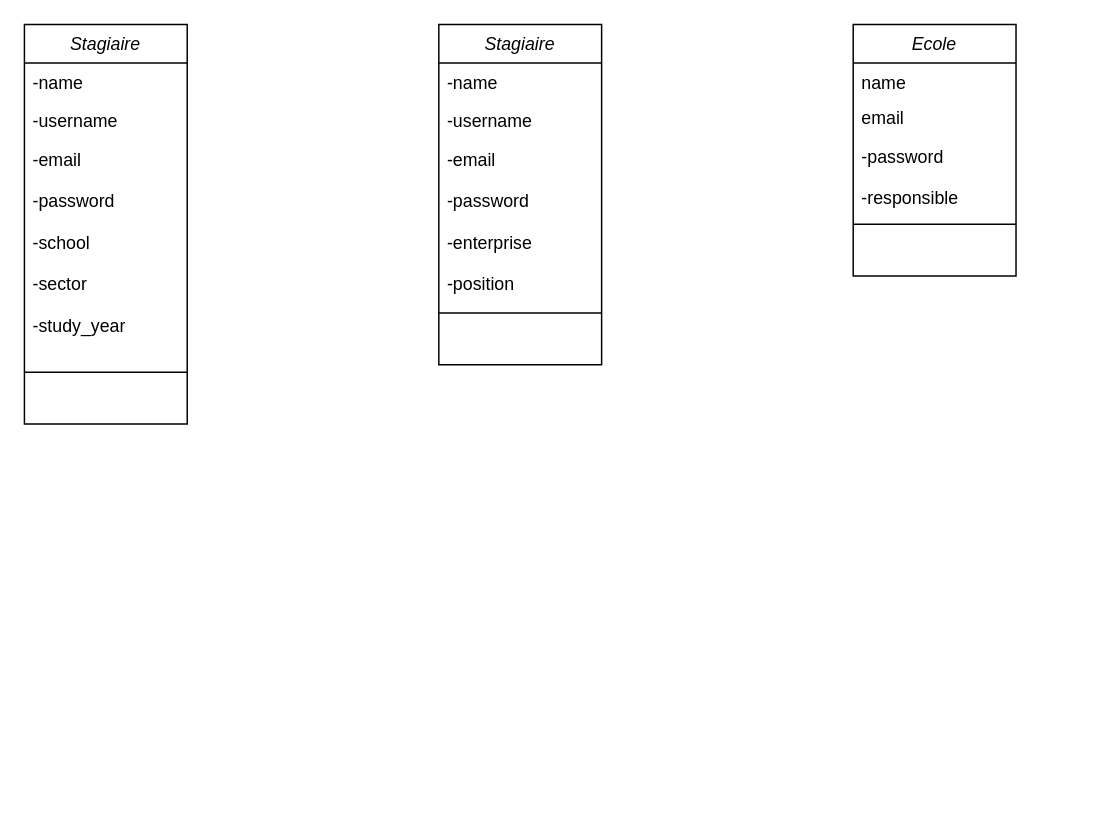
This is public/Diagramme sans nom.drawio from A2blackMZ/Sams-Dine-ALIDOU, a draw.io file, before an edit. Source tidied: cells renumbered, new cells numbered last; positions are measured from the earlier drawing's top-left corner, leaving out a move shared by most shapes. Both pictures are drawn from the tidied source at 148%, with x=0, y=0 at pixel (24, 24).
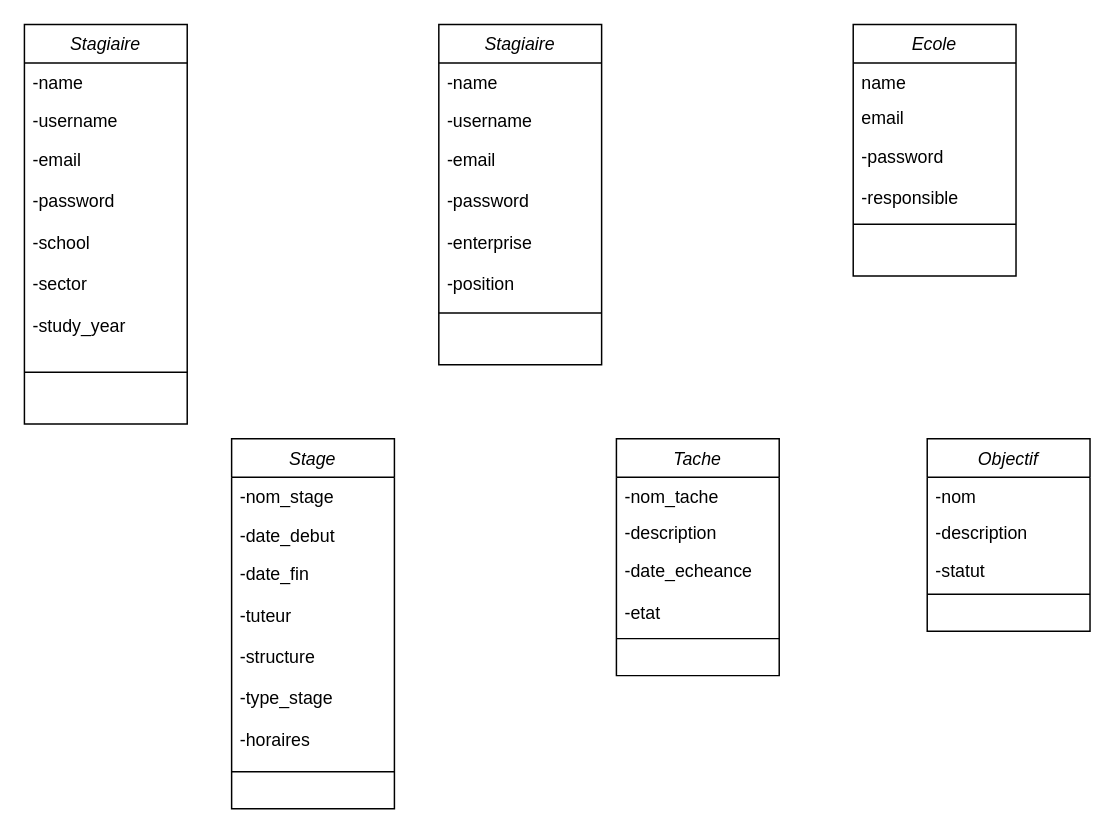
The same page after the edit.

Commit message (it also covers changes not shown here):
Mettre à jour Diagramme sans nom.drawio

What changed in the source:
```diff
@@
+    <mxCell id="17" value="Stage" style="swimlane;fontStyle=2;align=center;verticalAlign=top;horizontal=1;startSize=26;rounded=0;shadow=0;strokeWidth=1;" parent="1" vertex="1">
+      <mxGeometry x="140" y="280" width="110" height="250" as="geometry" />
+    </mxCell>
+    <mxCell id="18" value="-nom_stage" style="text;align=left;verticalAlign=top;spacingLeft=4;spacingRight=4;overflow=hidden;" parent="17" vertex="1">
+      <mxGeometry y="26" width="110" height="26" as="geometry" />
+    </mxCell>
+    <mxCell id="19" value="-date_debut" style="text;align=left;verticalAlign=top;spacingLeft=4;spacingRight=4;overflow=hidden;rounded=0;shadow=0;html=0;" parent="17" vertex="1">
+      <mxGeometry y="52" width="110" height="26" as="geometry" />
+    </mxCell>
+    <mxCell id="20" value="-date_fin&#10;&#10;-tuteur&#10;&#10;-structure&#10;&#10;-type_stage&#10;&#10;-horaires" style="text;align=left;verticalAlign=top;spacingLeft=4;spacingRight=4;overflow=hidden;rounded=0;shadow=0;html=0;" parent="17" vertex="1">
+      <mxGeometry y="78" width="110" height="132" as="geometry" />
+    </mxCell>
+    <mxCell id="21" style="line;html=1;strokeWidth=1;align=left;verticalAlign=middle;spacingTop=-1;spacingLeft=3;spacingRight=3;labelPosition=right;" parent="17" vertex="1">
+      <mxGeometry y="210" width="110" height="30" as="geometry" />
+    </mxCell>
+    <mxCell id="22" value="Tache" style="swimlane;fontStyle=2;align=center;verticalAlign=top;horizontal=1;startSize=26;rounded=0;shadow=0;strokeWidth=1;" parent="1" vertex="1">
+      <mxGeometry x="400" y="280" width="110" height="160" as="geometry" />
+    </mxCell>
+    <mxCell id="23" value="-nom_tache" style="text;align=left;verticalAlign=top;spacingLeft=4;spacingRight=4;overflow=hidden;" parent="22" vertex="1">
+      <mxGeometry y="26" width="110" height="24" as="geometry" />
+    </mxCell>
+    <mxCell id="24" value="-description" style="text;align=left;verticalAlign=top;spacingLeft=4;spacingRight=4;overflow=hidden;rounded=0;shadow=0;html=0;" parent="22" vertex="1">
+      <mxGeometry y="50" width="110" height="26" as="geometry" />
+    </mxCell>
+    <mxCell id="25" value="-date_echeance&#10;&#10;-etat" style="text;align=left;verticalAlign=top;spacingLeft=4;spacingRight=4;overflow=hidden;rounded=0;shadow=0;html=0;" parent="22" vertex="1">
+      <mxGeometry y="76" width="110" height="44" as="geometry" />
+    </mxCell>
+    <mxCell id="26" style="line;html=1;strokeWidth=1;align=left;verticalAlign=middle;spacingTop=-1;spacingLeft=3;spacingRight=3;labelPosition=right;" parent="22" vertex="1">
+      <mxGeometry y="120" width="110" height="30" as="geometry" />
+    </mxCell>
+    <mxCell id="27" value="Objectif" style="swimlane;fontStyle=2;align=center;verticalAlign=top;horizontal=1;startSize=26;rounded=0;shadow=0;strokeWidth=1;" parent="1" vertex="1">
+      <mxGeometry x="610" y="280" width="110" height="130" as="geometry" />
+    </mxCell>
+    <mxCell id="28" value="-nom" style="text;align=left;verticalAlign=top;spacingLeft=4;spacingRight=4;overflow=hidden;" parent="27" vertex="1">
+      <mxGeometry y="26" width="110" height="24" as="geometry" />
+    </mxCell>
+    <mxCell id="29" value="-description" style="text;align=left;verticalAlign=top;spacingLeft=4;spacingRight=4;overflow=hidden;rounded=0;shadow=0;html=0;" parent="27" vertex="1">
+      <mxGeometry y="50" width="110" height="26" as="geometry" />
+    </mxCell>
+    <mxCell id="30" value="-statut" style="text;align=left;verticalAlign=top;spacingLeft=4;spacingRight=4;overflow=hidden;rounded=0;shadow=0;html=0;" parent="27" vertex="1">
+      <mxGeometry y="76" width="110" height="14" as="geometry" />
+    </mxCell>
+    <mxCell id="31" style="line;html=1;strokeWidth=1;align=left;verticalAlign=middle;spacingTop=-1;spacingLeft=3;spacingRight=3;labelPosition=right;" parent="27" vertex="1">
+      <mxGeometry y="90" width="110" height="30" as="geometry" />
+    </mxCell>
```
